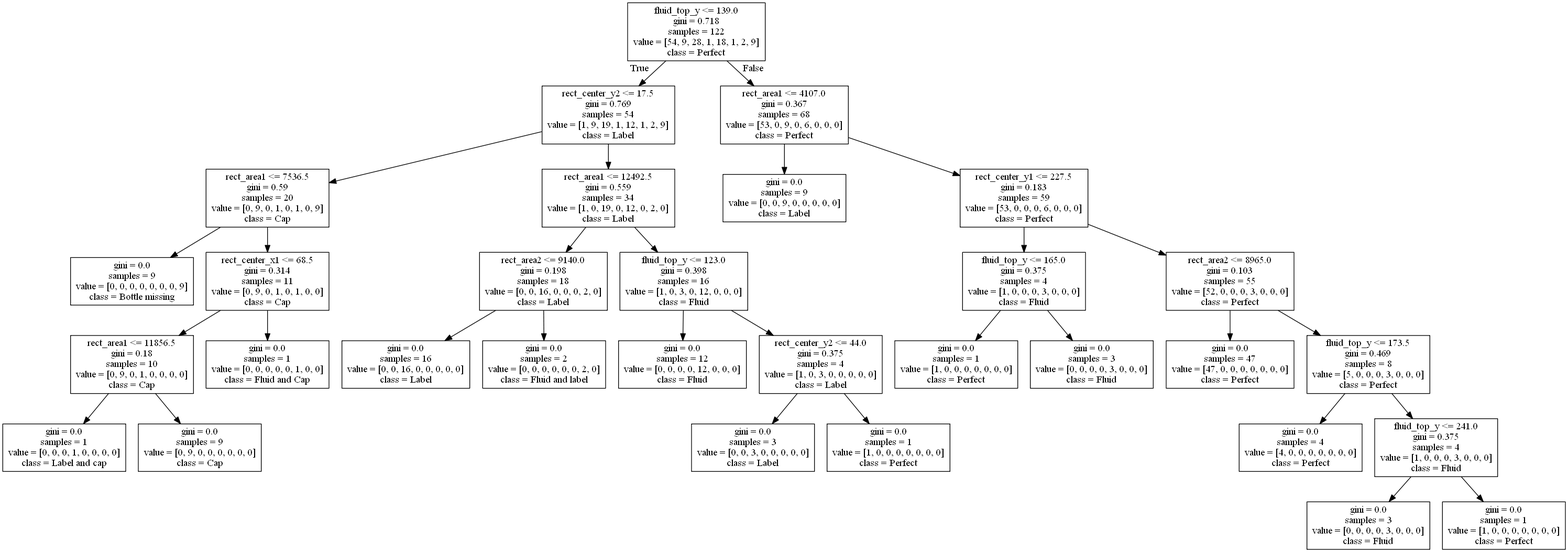
balazshorvath/ImageProcessing keeps this Graphviz diagram as coke_bottle/decision_tree.dot.png. Above is the earlier version. Its source is kept beside it as coke_bottle/decision_tree.dot.
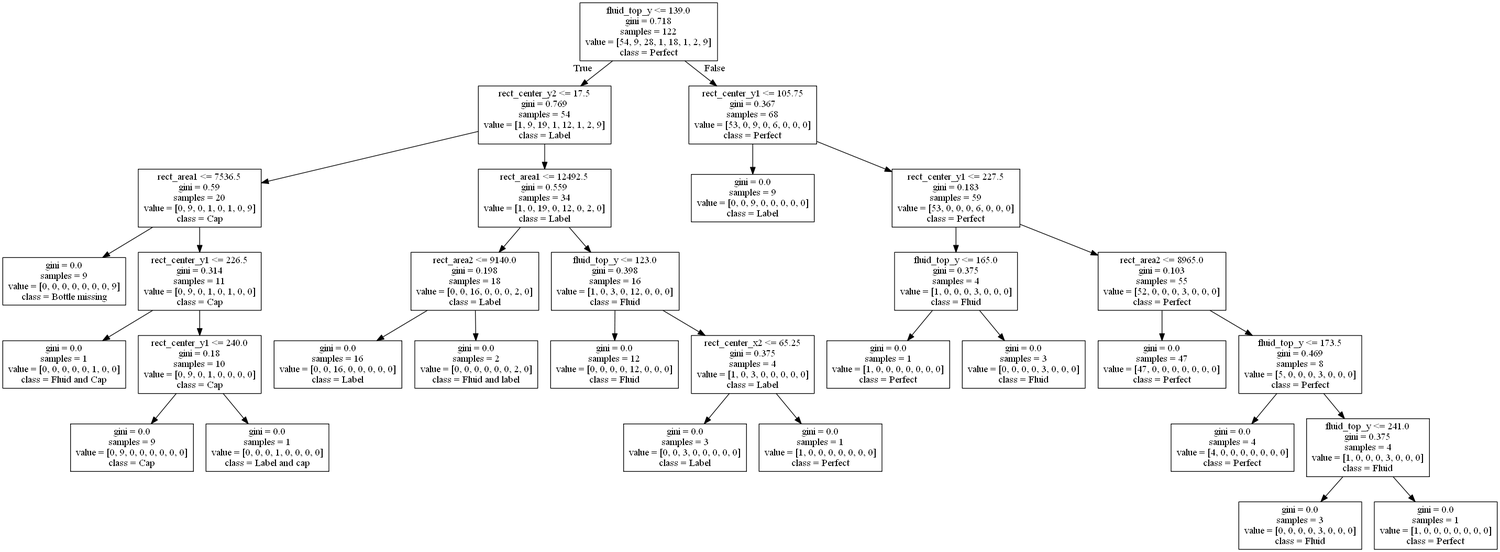
After the commit.

Commit message:
Decision tree learning updated to match and use the new datasets, helpers.

The edit, as a diff of the source:
```diff
@@ -7,16 +7,16 @@
 1 -> 2 ;
 3 [label="gini = 0.0\nsamples = 9\nvalue = [0, 0, 0, 0, 0, 0, 0, 9]\nclass = Bottle missing"] ;
 2 -> 3 ;
-4 [label="rect_center_x1 <= 68.5\ngini = 0.314\nsamples = 11\nvalue = [0, 9, 0, 1, 0, 1, 0, 0]\nclass = Cap"] ;
+4 [label="rect_center_y1 <= 226.5\ngini = 0.314\nsamples = 11\nvalue = [0, 9, 0, 1, 0, 1, 0, 0]\nclass = Cap"] ;
 2 -> 4 ;
-5 [label="rect_area1 <= 11856.5\ngini = 0.18\nsamples = 10\nvalue = [0, 9, 0, 1, 0, 0, 0, 0]\nclass = Cap"] ;
+5 [label="gini = 0.0\nsamples = 1\nvalue = [0, 0, 0, 0, 0, 1, 0, 0]\nclass = Fluid and Cap"] ;
 4 -> 5 ;
-6 [label="gini = 0.0\nsamples = 1\nvalue = [0, 0, 0, 1, 0, 0, 0, 0]\nclass = Label and cap"] ;
-5 -> 6 ;
+6 [label="rect_center_y1 <= 240.0\ngini = 0.18\nsamples = 10\nvalue = [0, 9, 0, 1, 0, 0, 0, 0]\nclass = Cap"] ;
+4 -> 6 ;
 7 [label="gini = 0.0\nsamples = 9\nvalue = [0, 9, 0, 0, 0, 0, 0, 0]\nclass = Cap"] ;
-5 -> 7 ;
-8 [label="gini = 0.0\nsamples = 1\nvalue = [0, 0, 0, 0, 0, 1, 0, 0]\nclass = Fluid and Cap"] ;
-4 -> 8 ;
+6 -> 7 ;
+8 [label="gini = 0.0\nsamples = 1\nvalue = [0, 0, 0, 1, 0, 0, 0, 0]\nclass = Label and cap"] ;
+6 -> 8 ;
 9 [label="rect_area1 <= 12492.5\ngini = 0.559\nsamples = 34\nvalue = [1, 0, 19, 0, 12, 0, 2, 0]\nclass = Label"] ;
 1 -> 9 ;
 10 [label="rect_area2 <= 9140.0\ngini = 0.198\nsamples = 18\nvalue = [0, 0, 16, 0, 0, 0, 2, 0]\nclass = Label"] ;
@@ -29,13 +29,13 @@
 9 -> 13 ;
 14 [label="gini = 0.0\nsamples = 12\nvalue = [0, 0, 0, 0, 12, 0, 0, 0]\nclass = Fluid"] ;
 13 -> 14 ;
-15 [label="rect_center_y2 <= 44.0\ngini = 0.375\nsamples = 4\nvalue = [1, 0, 3, 0, 0, 0, 0, 0]\nclass = Label"] ;
+15 [label="rect_center_x2 <= 65.25\ngini = 0.375\nsamples = 4\nvalue = [1, 0, 3, 0, 0, 0, 0, 0]\nclass = Label"] ;
 13 -> 15 ;
 16 [label="gini = 0.0\nsamples = 3\nvalue = [0, 0, 3, 0, 0, 0, 0, 0]\nclass = Label"] ;
 15 -> 16 ;
 17 [label="gini = 0.0\nsamples = 1\nvalue = [1, 0, 0, 0, 0, 0, 0, 0]\nclass = Perfect"] ;
 15 -> 17 ;
-18 [label="rect_area1 <= 4107.0\ngini = 0.367\nsamples = 68\nvalue = [53, 0, 9, 0, 6, 0, 0, 0]\nclass = Perfect"] ;
+18 [label="rect_center_y1 <= 105.75\ngini = 0.367\nsamples = 68\nvalue = [53, 0, 9, 0, 6, 0, 0, 0]\nclass = Perfect"] ;
 0 -> 18 [labeldistance=2.5, labelangle=-45, headlabel="False"] ;
 19 [label="gini = 0.0\nsamples = 9\nvalue = [0, 0, 9, 0, 0, 0, 0, 0]\nclass = Label"] ;
 18 -> 19 ;
```
